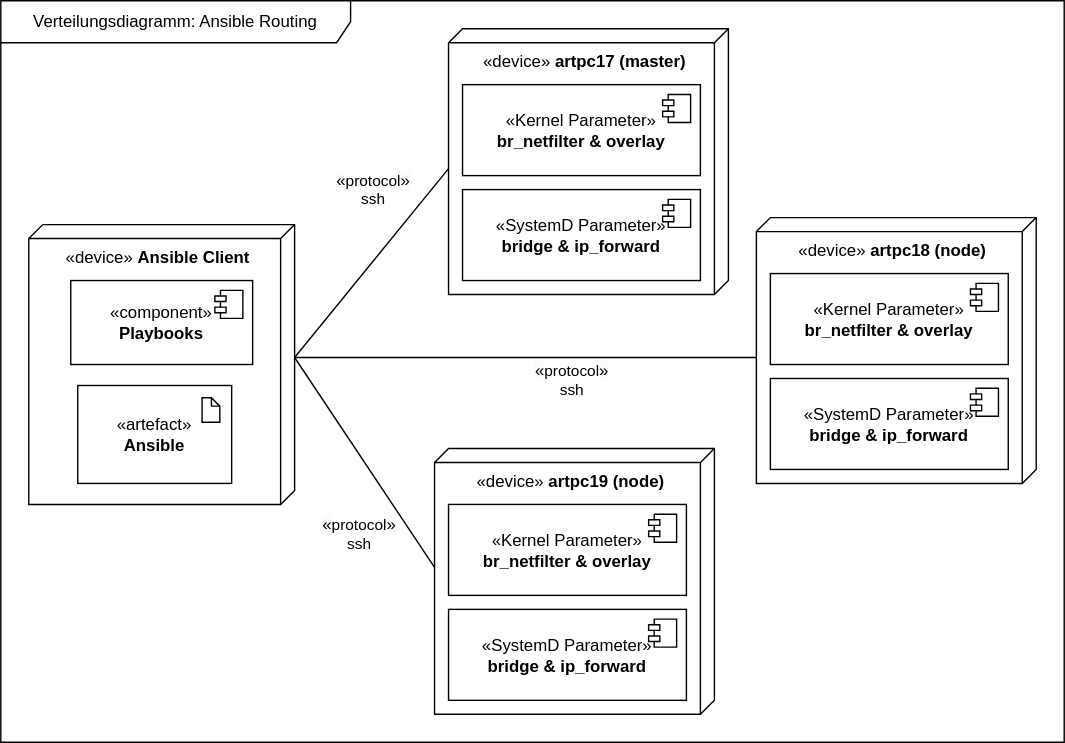
Above: uni-bsc/dd-routing-ansible.drawio.svg in pogii123/drawio-charts (draw.io), before the change. Source tidied: cells renumbered, new cells last; positions are measured from the earlier drawing's top-left corner, leaving out a move shared by most shapes.
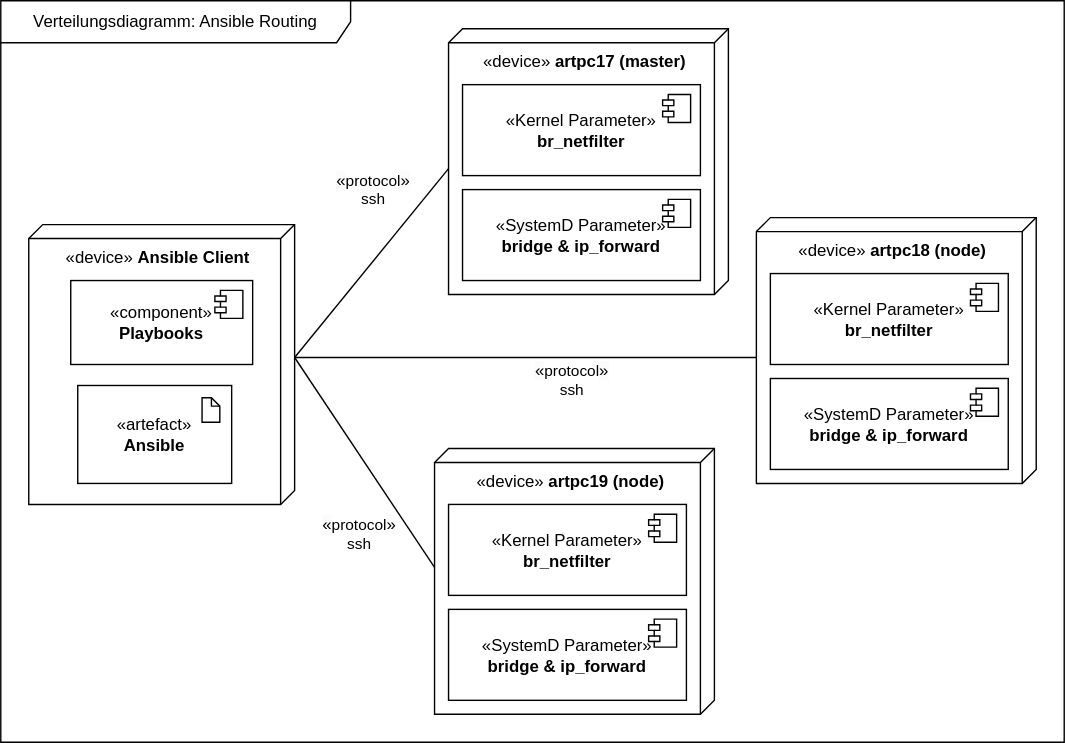
After the commit.

What changed in the source:
```diff
@@ -55,7 +55,7 @@
         <mxPoint x="-27" y="7" as="offset" />
       </mxGeometry>
     </mxCell>
-    <mxCell id="17" value="«Kernel Parameter»&lt;br&gt;&lt;b&gt;br_netfilter &amp;amp; overlay&lt;/b&gt;" style="html=1;whiteSpace=wrap;" parent="1" vertex="1">
+    <mxCell id="17" value="«Kernel Parameter»&lt;br&gt;&lt;b&gt;br_netfilter&lt;/b&gt;" style="html=1;whiteSpace=wrap;" parent="1" vertex="1">
       <mxGeometry x="550" y="195" width="170" height="65" as="geometry" />
     </mxCell>
     <mxCell id="18" style="shape=module;jettyWidth=8;jettyHeight=4;" parent="17" vertex="1">
@@ -74,7 +74,7 @@
         <mxPoint x="-27" y="7" as="offset" />
       </mxGeometry>
     </mxCell>
-    <mxCell id="22" value="«Kernel Parameter»&lt;br&gt;&lt;b&gt;br_netfilter &amp;amp; overlay&lt;/b&gt;" style="html=1;whiteSpace=wrap;" parent="1" vertex="1">
+    <mxCell id="22" value="«Kernel Parameter»&lt;br&gt;&lt;b&gt;br_netfilter&lt;/b&gt;" style="html=1;whiteSpace=wrap;" parent="1" vertex="1">
       <mxGeometry x="320" y="360" width="170" height="65" as="geometry" />
     </mxCell>
     <mxCell id="23" style="shape=module;jettyWidth=8;jettyHeight=4;" parent="22" vertex="1">
@@ -93,7 +93,7 @@
         <mxPoint x="-27" y="7" as="offset" />
       </mxGeometry>
     </mxCell>
-    <mxCell id="27" value="«Kernel Parameter»&lt;br&gt;&lt;b&gt;br_netfilter &amp;amp; overlay&lt;/b&gt;" style="html=1;whiteSpace=wrap;" parent="1" vertex="1">
+    <mxCell id="27" value="«Kernel Parameter»&lt;br&gt;&lt;b&gt;br_netfilter&lt;/b&gt;" style="html=1;whiteSpace=wrap;" parent="1" vertex="1">
       <mxGeometry x="330" y="60" width="170" height="65" as="geometry" />
     </mxCell>
     <mxCell id="28" style="shape=module;jettyWidth=8;jettyHeight=4;" parent="27" vertex="1">
```
